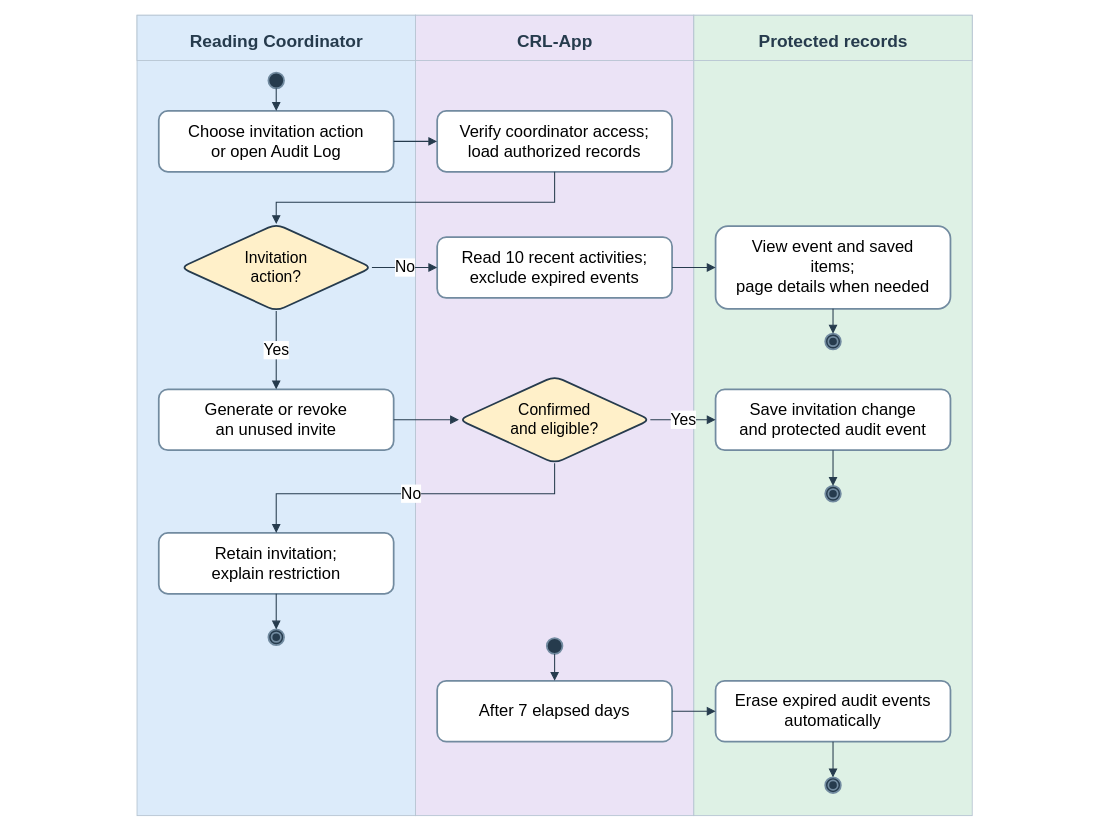
Before: docs/diagrams/class-workspaces/figure-19-admin-audit.drawio in AkuSayangKamuJudaSayang/crl-app, a draw.io diagram. Source tidied: cells renumbered, new cells numbered last; positions are measured from the earlier drawing's top-left corner, leaving out a move shared by most shapes. Both pictures are drawn from the tidied source at 87%, with x=0, y=0 at pixel (15, 15).
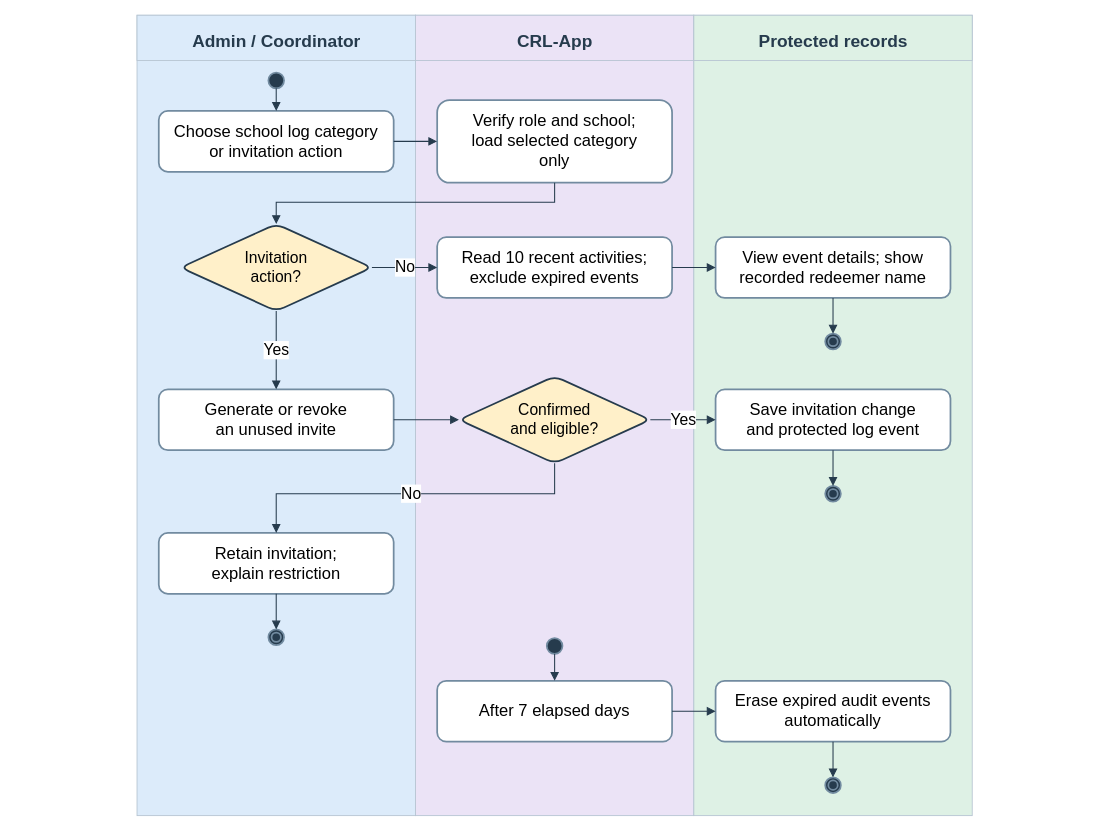
The same diagram, later.

Change to the diagram source:
```diff
@@
-    <mxCell id="4" value="Reading Coordinator" style="text;html=1;fontFamily=Arial;align=center;verticalAlign=top;fontSize=20;fontColor=#263b4d;fontStyle=1;strokeColor=none;fillColor=none;" parent="1" vertex="1">
+    <mxCell id="4" value="Admin / Coordinator" style="text;html=1;fontFamily=Arial;align=center;verticalAlign=top;fontSize=20;fontColor=#263b4d;fontStyle=1;strokeColor=none;fillColor=none;" parent="1" vertex="1">
       <mxGeometry y="11" width="600" height="24" as="geometry" />
     </mxCell>
@@
-    <mxCell id="12" value="Choose invitation action&lt;br&gt;or open Audit Log" style="rounded=1;whiteSpace=wrap;html=1;fontFamily=Arial;fillColor=#ffffff;strokeColor=#728ba0;strokeWidth=2;fontSize=19;" parent="1" vertex="1">
+    <mxCell id="12" value="Choose school log category&lt;br&gt;or invitation action" style="rounded=1;whiteSpace=wrap;html=1;fontFamily=Arial;fillColor=#ffffff;strokeColor=#728ba0;strokeWidth=2;fontSize=19;" parent="1" vertex="1">
       <mxGeometry x="165" y="110" width="270" height="70" as="geometry" />
     </mxCell>
-    <mxCell id="13" value="Verify coordinator access;&lt;br&gt;load authorized records" style="rounded=1;whiteSpace=wrap;html=1;fontFamily=Arial;fillColor=#ffffff;strokeColor=#728ba0;strokeWidth=2;fontSize=19;" parent="1" vertex="1">
-      <mxGeometry x="485" y="110" width="270" height="70" as="geometry" />
+    <mxCell id="13" value="Verify role and school;&lt;br&gt;load selected category&lt;br&gt;only" style="rounded=1;whiteSpace=wrap;html=1;fontFamily=Arial;fillColor=#ffffff;strokeColor=#728ba0;strokeWidth=2;fontSize=19;" parent="1" vertex="1">
+      <mxGeometry x="485" y="97.5" width="270" height="95" as="geometry" />
     </mxCell>
@@
-    <mxCell id="16" value="View event and saved&lt;br&gt;items;&lt;br&gt;page details when needed" style="rounded=1;whiteSpace=wrap;html=1;fontFamily=Arial;fillColor=#ffffff;strokeColor=#728ba0;strokeWidth=2;fontSize=19;" parent="1" vertex="1">
-      <mxGeometry x="805" y="242.5" width="270" height="95" as="geometry" />
+    <mxCell id="16" value="View event details; show&lt;br&gt;recorded redeemer name" style="rounded=1;whiteSpace=wrap;html=1;fontFamily=Arial;fillColor=#ffffff;strokeColor=#728ba0;strokeWidth=2;fontSize=19;" parent="1" vertex="1">
+      <mxGeometry x="805" y="255" width="270" height="70" as="geometry" />
     </mxCell>
@@
-    <mxCell id="22" value="Save invitation change&lt;br&gt;and protected audit event" style="rounded=1;whiteSpace=wrap;html=1;fontFamily=Arial;fillColor=#ffffff;strokeColor=#728ba0;strokeWidth=2;fontSize=19;" parent="1" vertex="1">
+    <mxCell id="22" value="Save invitation change&lt;br&gt;and protected log event" style="rounded=1;whiteSpace=wrap;html=1;fontFamily=Arial;fillColor=#ffffff;strokeColor=#728ba0;strokeWidth=2;fontSize=19;" parent="1" vertex="1">
       <mxGeometry x="805" y="430" width="270" height="70" as="geometry" />
     </mxCell>
```
